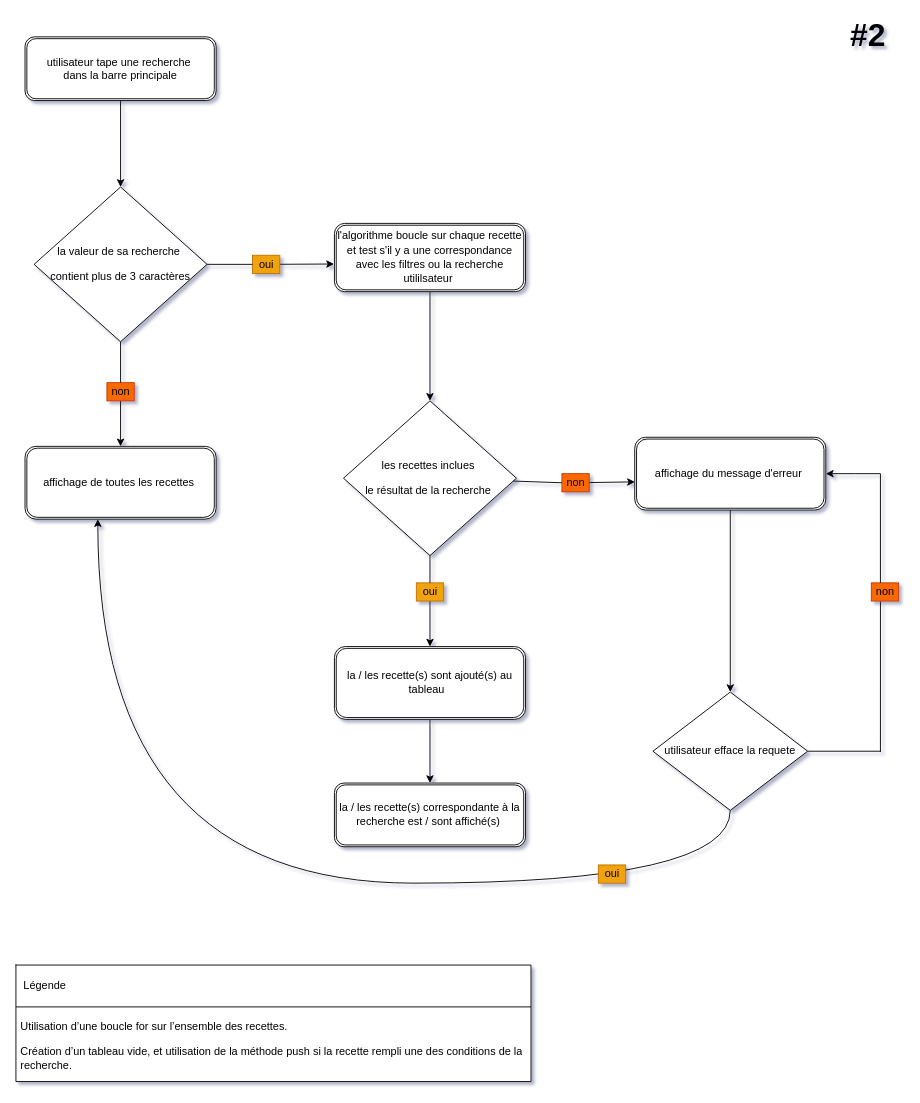
Earlier version of the draw.io diagram algo2.drawio (jeremybosqui/Projet7_Algo). Source tidied: cells renumbered, new cells numbered last; positions are measured from the earlier drawing's top-left corner, leaving out a move shared by most shapes. Both pictures are drawn from the tidied source at 91%, with x=0, y=0 at pixel (15, 21).
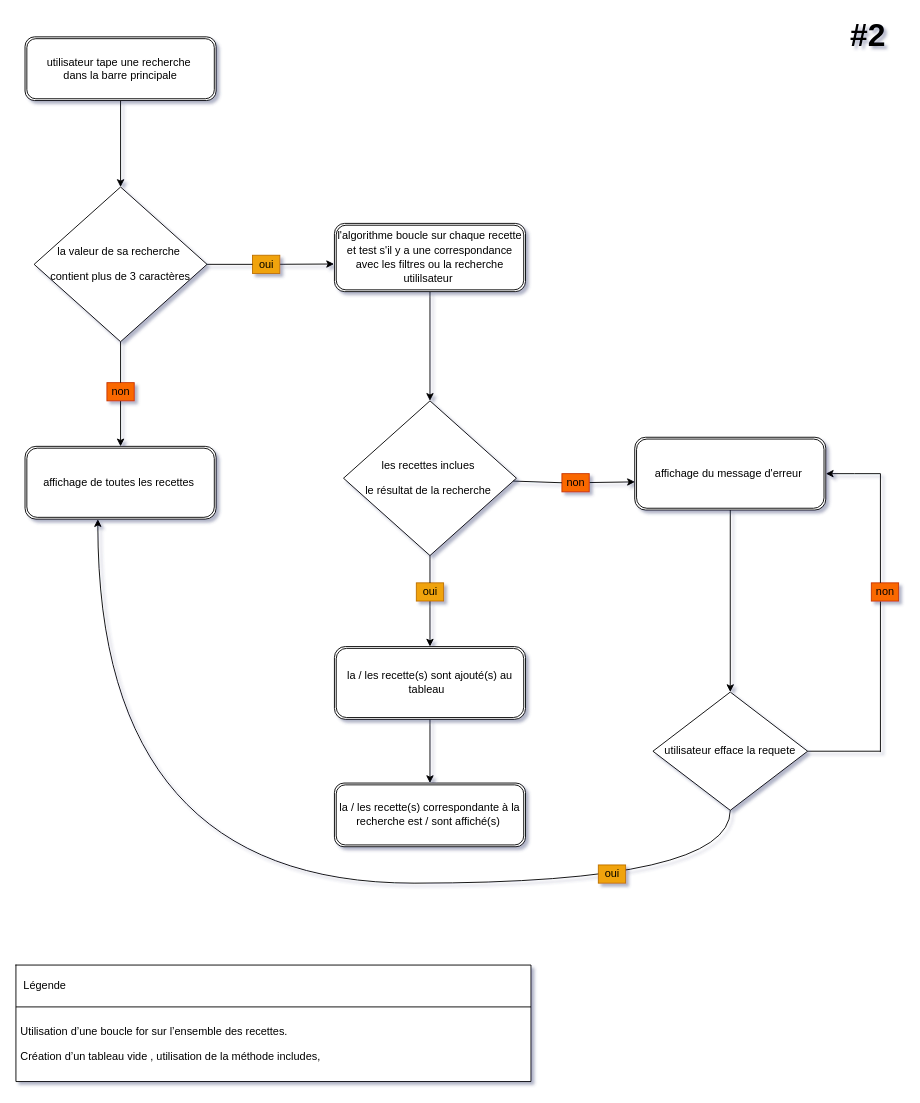
The same diagram, later.

Unchanged cells that the change refers to:
```xml
<mxCell id="10" style="shape=partialRectangle;fillColor=none;top=0;left=0;bottom=0;right=0;" parent="7" vertex="1">
  <mxGeometry y="46" width="566" height="82" as="geometry" />
</mxCell>
```

What changed in the source:
```diff
@@
-    <mxCell id="11" value="&lt;p style=&quot;line-height: 1.3&quot;&gt;&amp;nbsp;Utilisation d’une boucle for sur l’ensemble des recettes.&lt;/p&gt;&lt;p style=&quot;line-height: 1.3&quot;&gt;&amp;nbsp;Création d’un tableau vide, et utilisation de la méthode push si la recette rempli une des conditions de la&lt;br&gt;&amp;nbsp;recherche.&lt;/p&gt;" style="shape=partialRectangle;html=1;whiteSpace=wrap;overflow=hidden;fillColor=none;top=0;left=0;bottom=0;right=0;align=left;" parent="10" vertex="1">
+    <mxCell id="11" value="&lt;p style=&quot;line-height: 1.3&quot;&gt;&amp;nbsp;Utilisation d’une boucle for sur l’ensemble des recettes.&lt;/p&gt;&lt;p style=&quot;line-height: 1.3&quot;&gt;&amp;nbsp;Création d’un tableau vide , utilisation de la méthode includes,&lt;/p&gt;" style="shape=partialRectangle;html=1;whiteSpace=wrap;overflow=hidden;fillColor=none;top=0;left=0;bottom=0;right=0;align=left;" parent="10" vertex="1">
       <mxGeometry width="566" height="82" as="geometry" />
     </mxCell>
```
